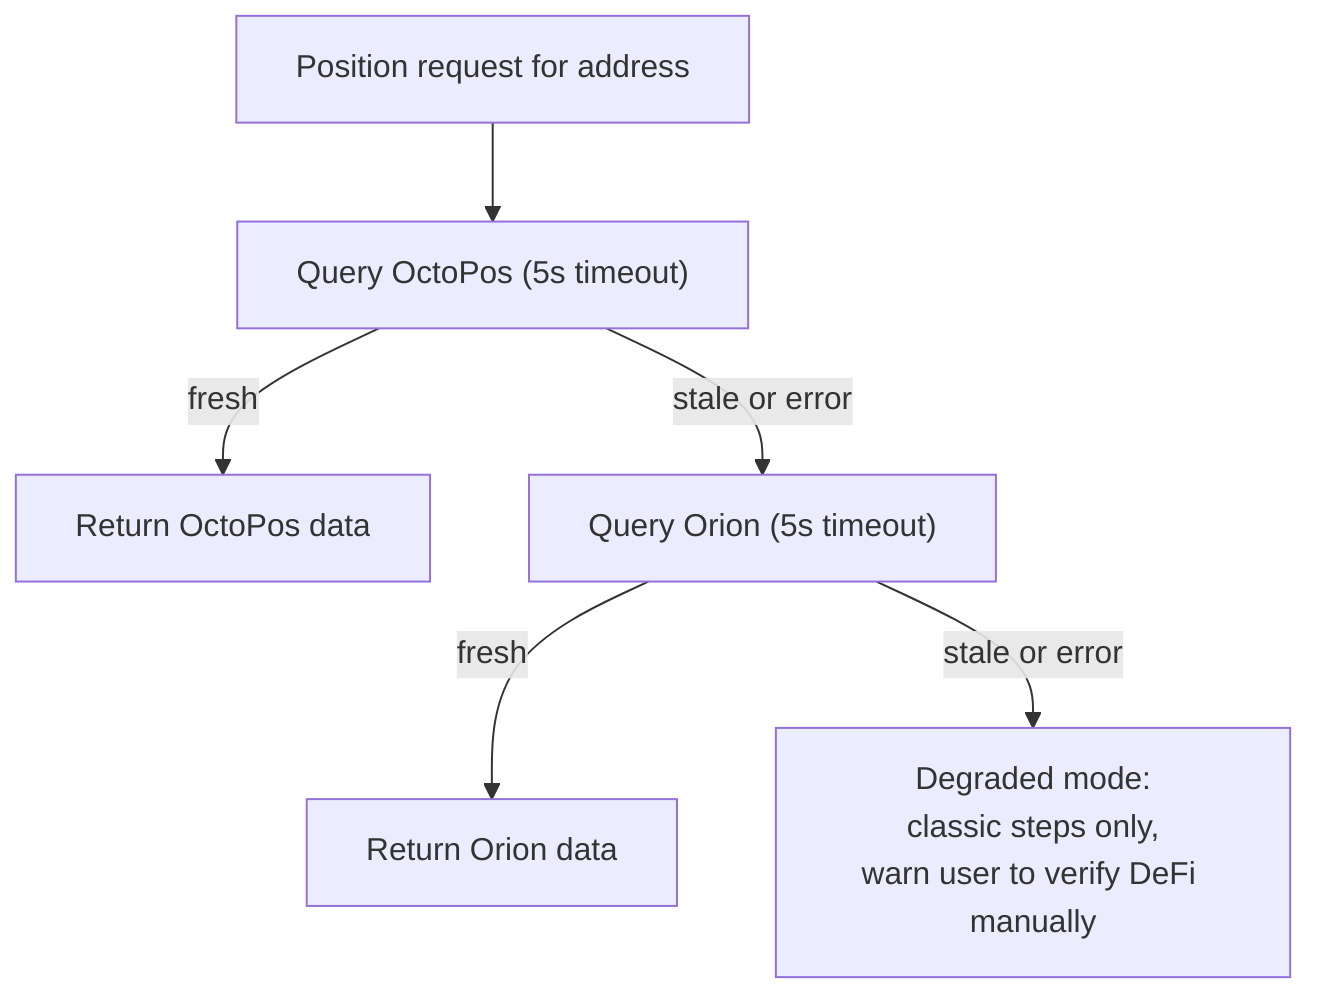
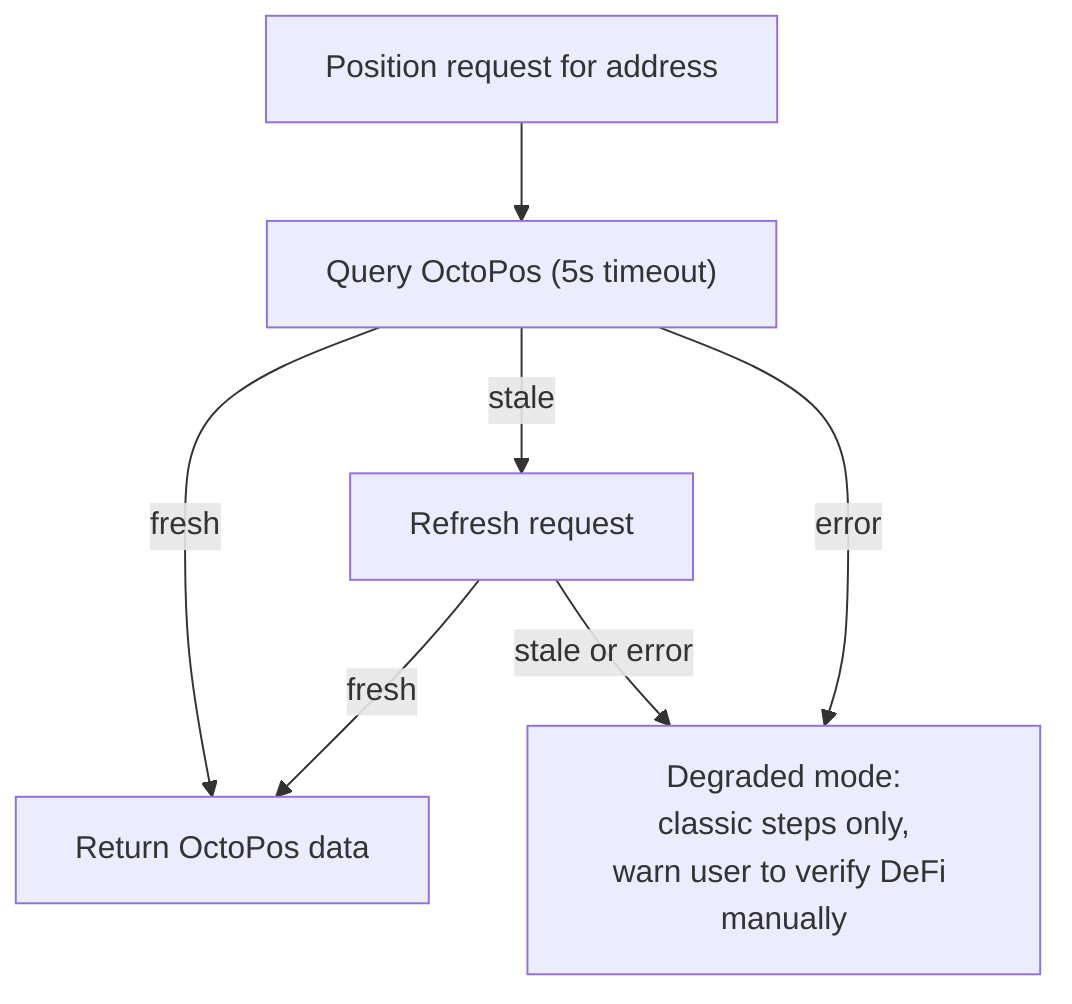
flowchart TB
    req["Position request for address"] --> octo["Query OctoPos (5s timeout)"]
    octo -->|"fresh"| ok1["Return OctoPos data"]
-     octo -->|"stale or error"| orion["Query Orion (5s timeout)"]
-     orion -->|"fresh"| ok2["Return Orion data"]
-     orion -->|"stale or error"| degraded["Degraded mode:<br/>classic steps only,<br/>warn user to verify DeFi manually"]
+     octo -->|"stale"| retry["Refresh request"]
+     retry -->|"fresh"| ok1
+     octo -->|"error"| degraded["Degraded mode:<br/>classic steps only,<br/>warn user to verify DeFi manually"]
+     retry -->|"stale or error"| degraded
